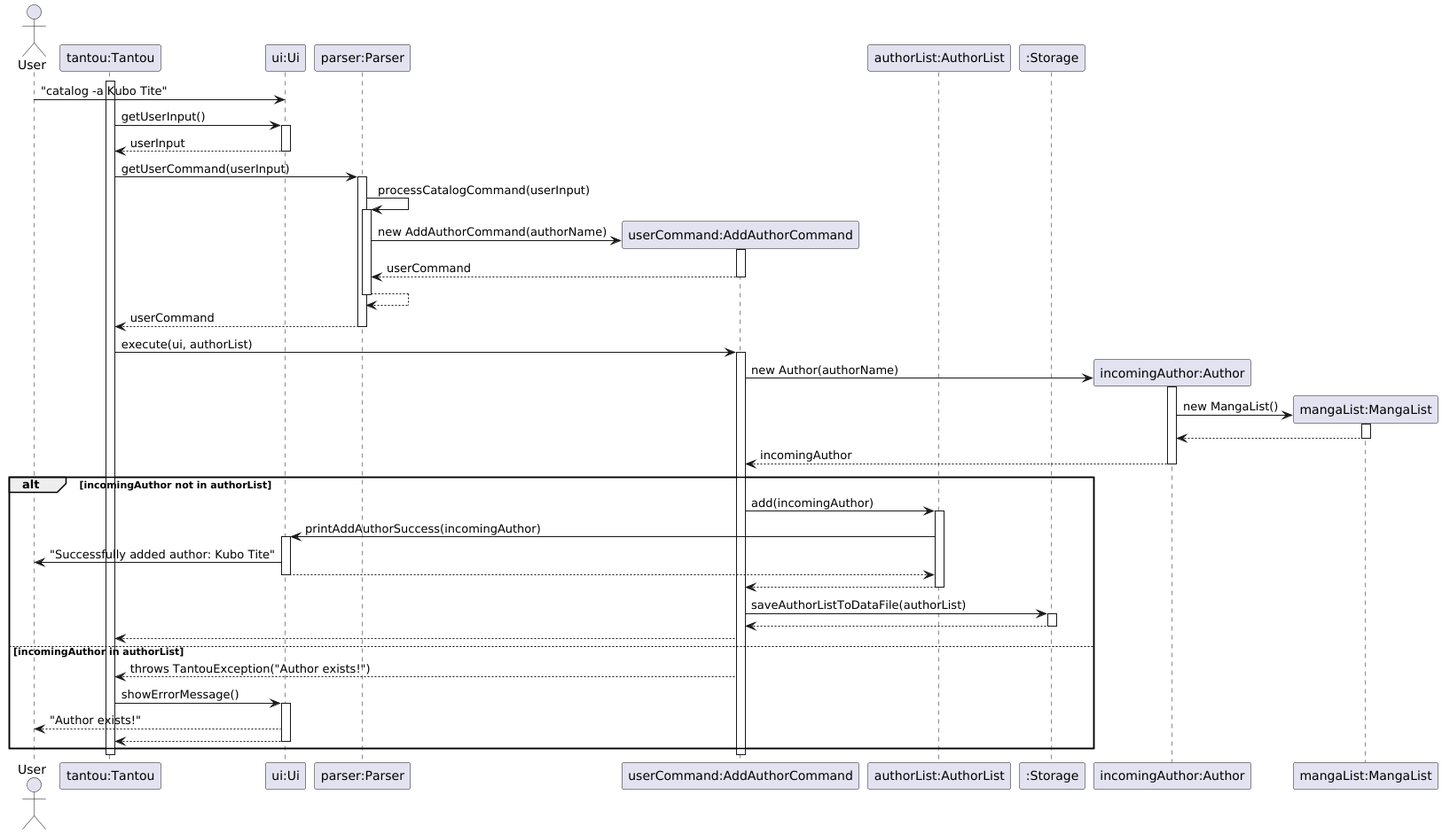
Earlier version of the PlantUML export docs/uml/images/AddAuthorSequence.png (xenthm/tp). The source it was exported from:
```plantuml
@startuml
actor User
participant "tantou:Tantou" as tantou
participant "ui:Ui" as ui
participant "parser:Parser" as parser
participant "userCommand:AddAuthorCommand" as userCommand
participant "authorList:AuthorList" as authorList
participant ":Storage" as storage
participant "incomingAuthor:Author" as author
participant "mangaList:MangaList" as mangaList

activate tantou
User -> ui: "catalog -a Kubo Tite"

tantou -> ui: getUserInput()
activate ui
ui --> tantou: userInput
deactivate ui

tantou -> parser: getUserCommand(userInput)
activate parser

parser -> parser: processCatalogCommand(userInput)

activate parser

create userCommand
parser -> userCommand : new AddAuthorCommand(authorName)
activate userCommand
userCommand --> parser: userCommand
deactivate userCommand

parser --> parser
deactivate parser
parser --> tantou: userCommand
deactivate parser

tantou -> userCommand: execute(ui, authorList)
activate userCommand

create author
userCommand -> author: new Author(authorName)
activate author
create mangaList
author -> mangaList: new MangaList()
activate mangaList
mangaList --> author
deactivate mangaList
author --> userCommand: incomingAuthor
deactivate author

alt incomingAuthor not in authorList

    userCommand -> authorList: add(incomingAuthor)
    activate authorList
    authorList -> ui: printAddAuthorSuccess(incomingAuthor)
    activate ui
    ui -> User: "Successfully added author: Kubo Tite"
    ui --> authorList
    deactivate ui
    authorList --> userCommand
    deactivate authorList

    userCommand -> storage: saveAuthorListToDataFile(authorList)
    activate storage
    storage --> userCommand
    deactivate storage
    userCommand --> tantou

else incomingAuthor in authorList
    userCommand --> tantou: throws TantouException("Author exists!")
    tantou -> ui: showErrorMessage()
    activate ui
    ui --> User: "Author exists!"
    ui --> tantou
    deactivate ui
end
deactivate userCommand
deactivate tantou
@enduml
```
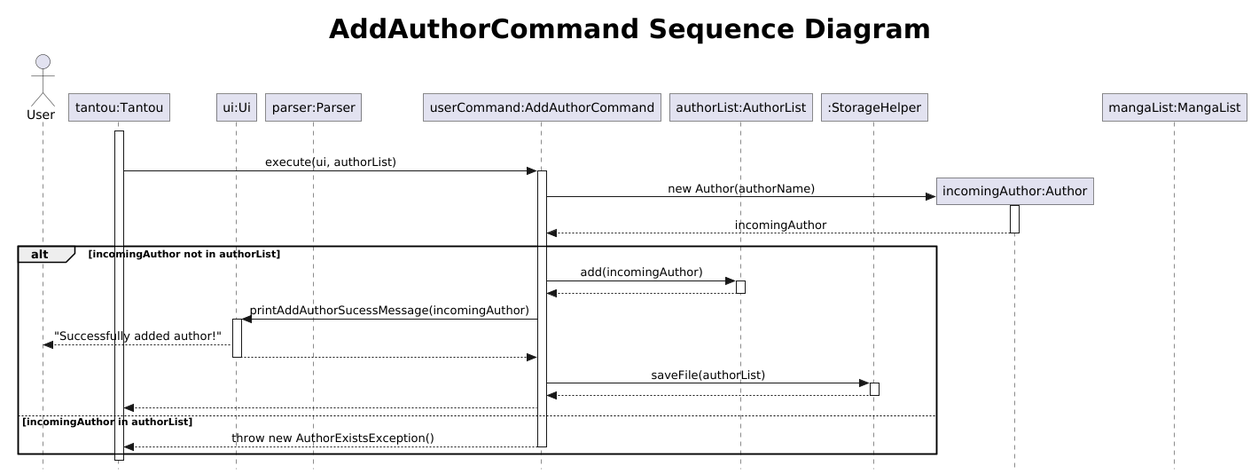
After the change.

Commit message:
Update AddAuthorCommand sequence diagram

What changed in the source:
```diff
@@ -1,80 +1,49 @@
 @startuml
+!include .PlantUMLSequence.config
+autoactivate off
+skinparam maxMessageSize 250
+title <size:30> AddAuthorCommand Sequence Diagram
+
 actor User
 participant "tantou:Tantou" as tantou
 participant "ui:Ui" as ui
 participant "parser:Parser" as parser
 participant "userCommand:AddAuthorCommand" as userCommand
 participant "authorList:AuthorList" as authorList
-participant ":Storage" as storage
+participant ":StorageHelper" as storage
 participant "incomingAuthor:Author" as author
 participant "mangaList:MangaList" as mangaList
 
 activate tantou
-User -> ui: "catalog -a Kubo Tite"
+group sd AddAuthorCommand
+    tantou -> userCommand : execute(ui, authorList)
+    activate userCommand
+    create author
+    userCommand -> author : new Author(authorName)
+    activate author
+    author --> userCommand : incomingAuthor
+    deactivate author
 
-tantou -> ui: getUserInput()
-activate ui
-ui --> tantou: userInput
-deactivate ui
+    alt incomingAuthor not in authorList
+        userCommand -> authorList : add(incomingAuthor)
+        activate authorList
+        authorList --> userCommand
+        deactivate authorList
+        userCommand -> ui : printAddAuthorSucessMessage(incomingAuthor)
+        activate ui
+        ui --> User : "Successfully added author!"
+        ui --> userCommand
+        deactivate ui
+        userCommand -> storage : saveFile(authorList)
+        activate storage
+        storage --> userCommand
+        deactivate storage
+        userCommand --> tantou
+    else incomingAuthor in authorList
+        userCommand --> tantou : throw new AuthorExistsException()
 
-tantou -> parser: getUserCommand(userInput)
-activate parser
-
-parser -> parser: processCatalogCommand(userInput)
-
-activate parser
-
-create userCommand
-parser -> userCommand : new AddAuthorCommand(authorName)
-activate userCommand
-userCommand --> parser: userCommand
-deactivate userCommand
-
-parser --> parser
-deactivate parser
-parser --> tantou: userCommand
-deactivate parser
-
-tantou -> userCommand: execute(ui, authorList)
-activate userCommand
-
-create author
-userCommand -> author: new Author(authorName)
-activate author
-create mangaList
-author -> mangaList: new MangaList()
-activate mangaList
-mangaList --> author
-deactivate mangaList
-author --> userCommand: incomingAuthor
-deactivate author
-
-alt incomingAuthor not in authorList
-
-    userCommand -> authorList: add(incomingAuthor)
-    activate authorList
-    authorList -> ui: printAddAuthorSuccess(incomingAuthor)
-    activate ui
-    ui -> User: "Successfully added author: Kubo Tite"
-    ui --> authorList
-    deactivate ui
-    authorList --> userCommand
-    deactivate authorList
-
-    userCommand -> storage: saveAuthorListToDataFile(authorList)
-    activate storage
-    storage --> userCommand
-    deactivate storage
-    userCommand --> tantou
-
-else incomingAuthor in authorList
-    userCommand --> tantou: throws TantouException("Author exists!")
-    tantou -> ui: showErrorMessage()
-    activate ui
-    ui --> User: "Author exists!"
-    ui --> tantou
-    deactivate ui
+    deactivate userCommand
 end
-deactivate userCommand
 deactivate tantou
+autoactivate on
 @enduml
```
